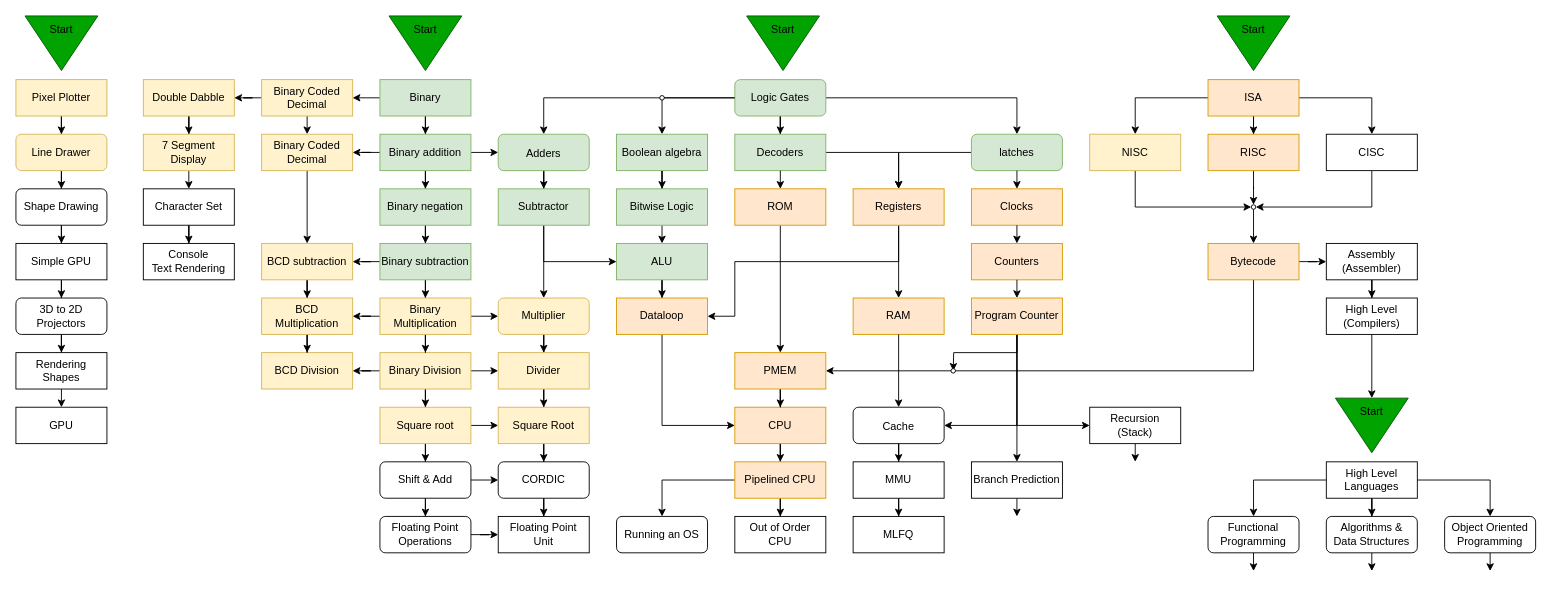
This is page "Knowledge Map" (1 of 4) of Lesson Diagram.drawio from Kuggo/UnivOREsity, a draw.io file, before an edit. Source tidied: cells renumbered, new cells numbered last; positions are measured from the earlier drawing's top-left corner, leaving out a move shared by most shapes. Both pictures are drawn from the tidied source at 91%, with x=0, y=0 at pixel (15, 6).
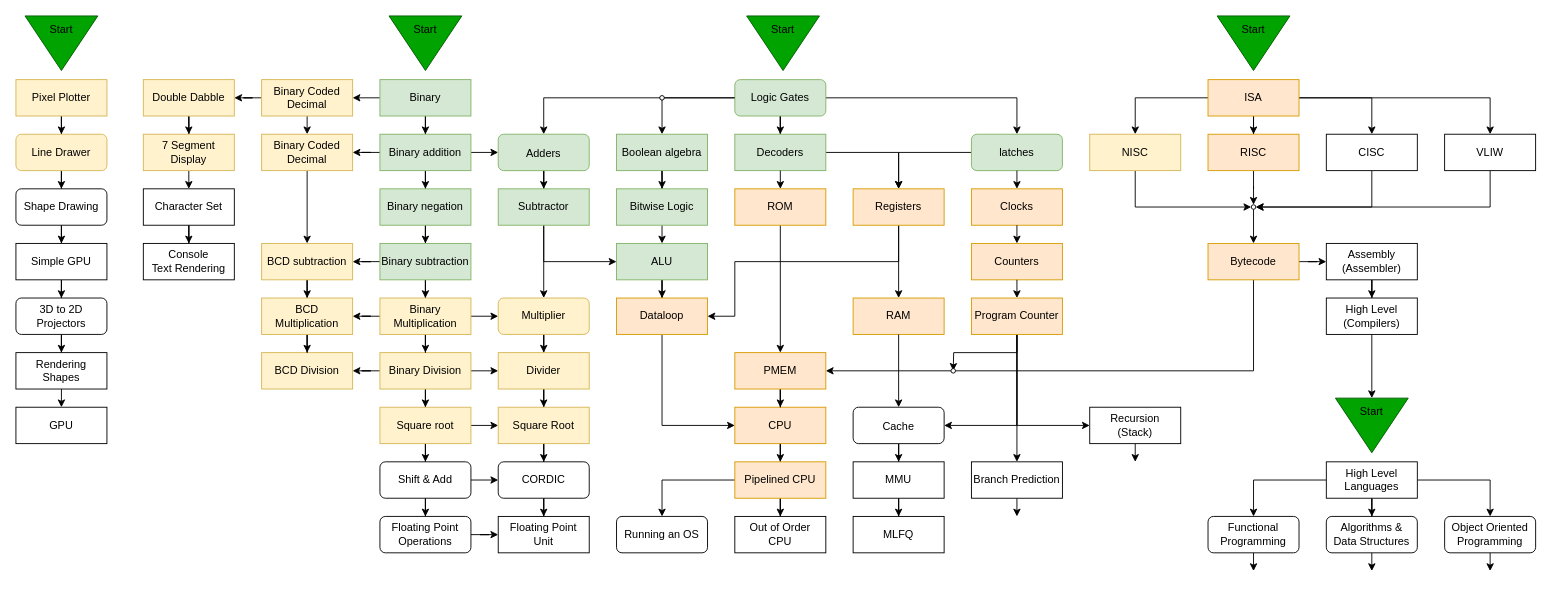
The same page after the edit.

The change refers to these unchanged cells:
```xml
<mxCell id="68" value="ISA" style="rounded=0;whiteSpace=wrap;html=1;fillColor=#ffe6cc;strokeColor=#d79b00;" parent="1" vertex="1">
  <mxGeometry x="1310" y="80" width="100" height="40" as="geometry" />
</mxCell>
<mxCell id="86" style="ellipse;whiteSpace=wrap;html=1;rounded=1;fontSize=12;" parent="1" vertex="1">
  <mxGeometry x="1357.5" y="217.5" width="5" height="5" as="geometry" />
</mxCell>
```

Change to the diagram source:
```diff
@@
+    <mxCell id="170" style="edgeStyle=orthogonalEdgeStyle;rounded=0;jettySize=auto;html=1;" parent="1" edge="1" source="68" target="172">
+      <mxGeometry relative="1" as="geometry" />
+    </mxCell>
@@
+    <mxCell id="171" style="edgeStyle=orthogonalEdgeStyle;rounded=0;jettySize=auto;html=1;entryX=1;entryY=0.5;entryDx=0;entryDy=0;" parent="1" edge="1" source="172" target="86">
+      <mxGeometry relative="1" as="geometry">
+        <Array as="points">
+          <mxPoint x="1620" y="220" />
+        </Array>
+      </mxGeometry>
+    </mxCell>
+    <mxCell id="172" value="VLIW" style="rounded=0;whiteSpace=wrap;html=1;" parent="1" vertex="1">
+      <mxGeometry x="1570" y="140" width="100" height="40" as="geometry" />
+    </mxCell>
```
